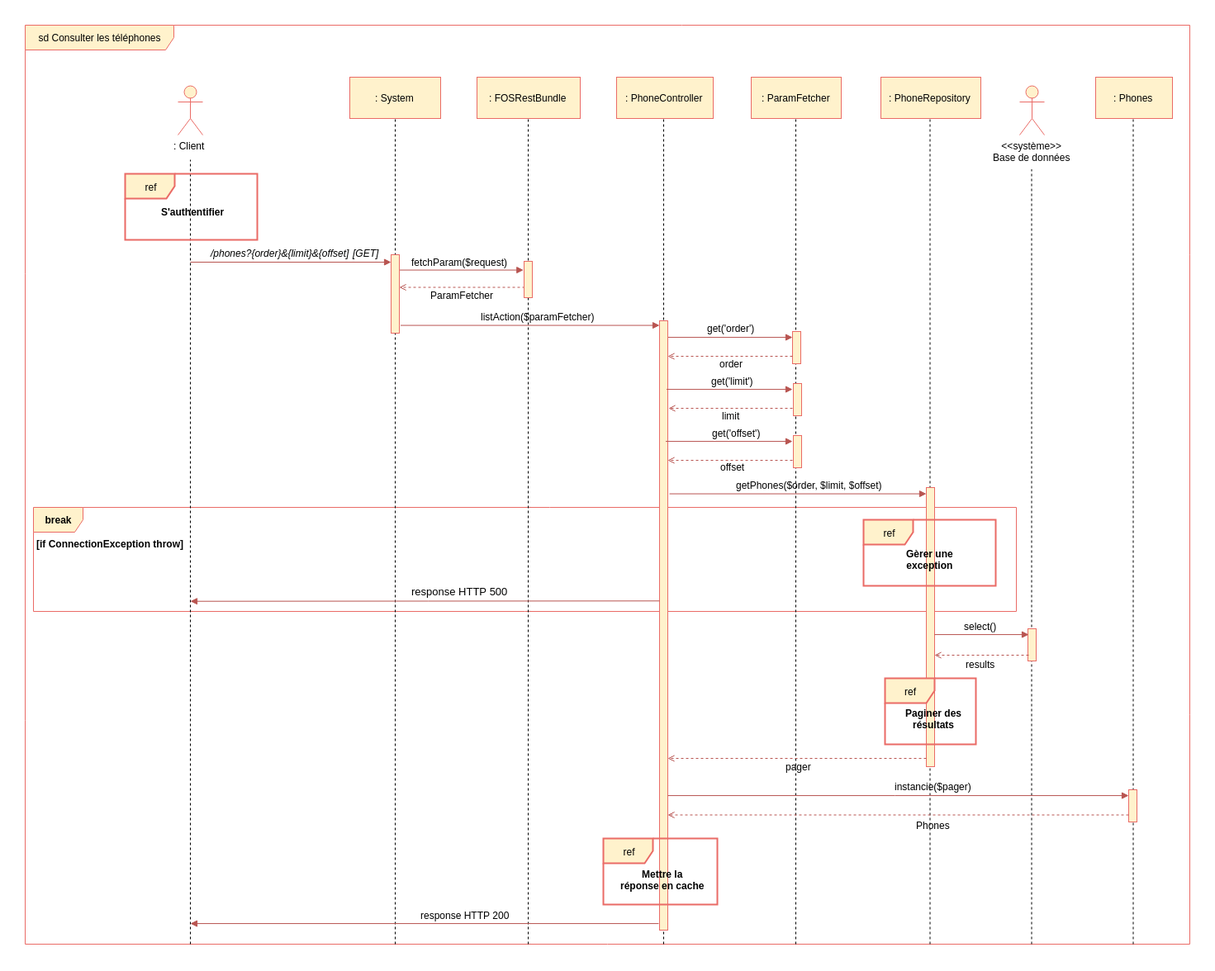
Before: Diagrammes/Consulter_telephones.png, a diagram exported from draw.io (Thibok/Bilemo). Source tidied: cells renumbered, new cells last; positions are measured from the earlier drawing's top-left corner, leaving out a move shared by most shapes.
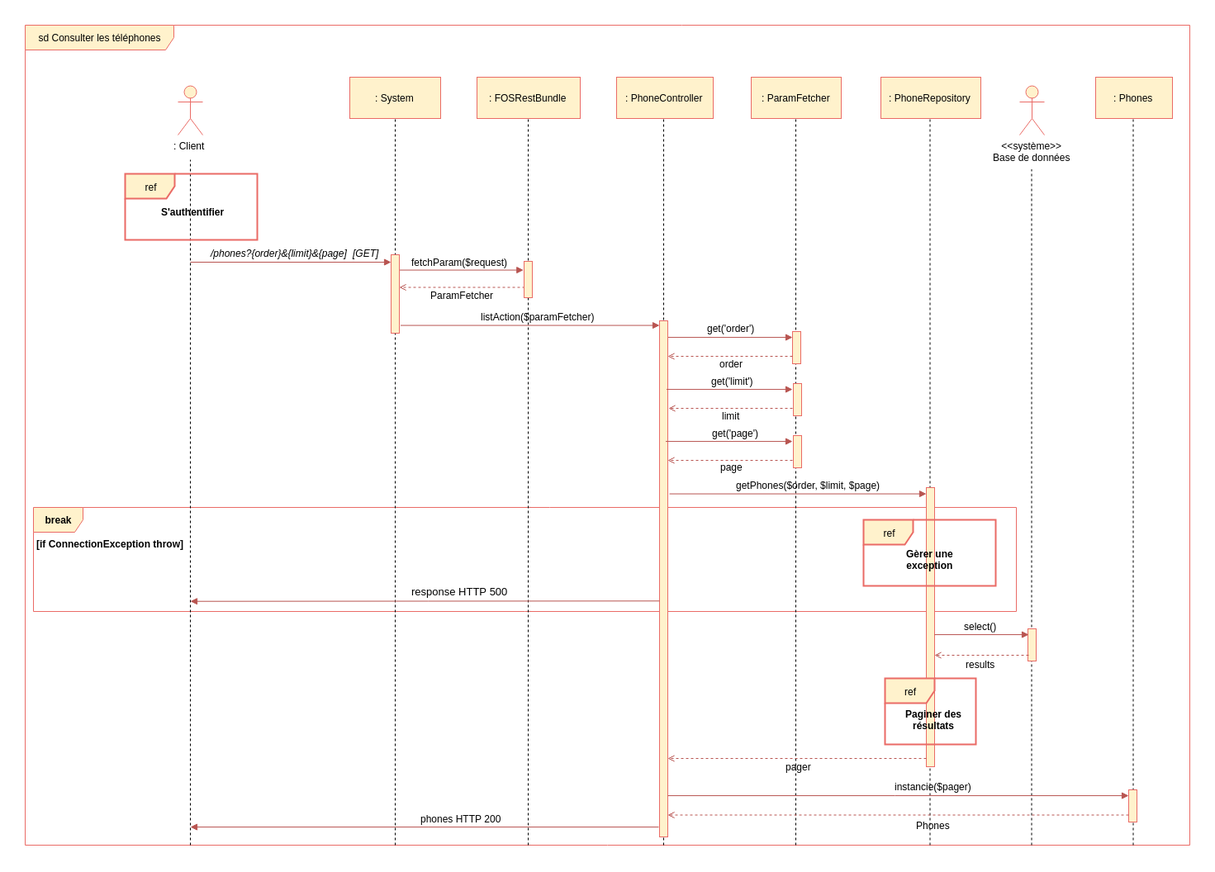
Above is the later version.

What changed in the source:
```diff
@@ -3,14 +3,14 @@
     <mxCell id="0" />
     <mxCell id="1" parent="0" />
     <mxCell id="2" value="sd Consulter les téléphones" style="shape=umlFrame;whiteSpace=wrap;html=1;width=180;height=30;fillColor=#fff2cc;strokeColor=#EA6B66;" parent="1" vertex="1">
-      <mxGeometry width="1410" height="1113" as="geometry" />
+      <mxGeometry width="1410" height="993" as="geometry" />
     </mxCell>
     <mxCell id="3" value="break" style="shape=umlFrame;whiteSpace=wrap;html=1;fontColor=#000000;fillColor=#fff2cc;strokeColor=#EA6B66;fontStyle=1;" parent="1" vertex="1">
       <mxGeometry x="10" y="584" width="1190" height="126" as="geometry" />
     </mxCell>
     <mxCell id="4" style="endArrow=none;dashed=1;html=1;entryX=0.5;entryY=1;" parent="1" edge="1">
       <mxGeometry relative="1" as="geometry">
-        <mxPoint x="1095.5" y="1113" as="sourcePoint" />
+        <mxPoint x="1095.5" y="993" as="sourcePoint" />
         <mxPoint x="1095.5" y="112.8" as="targetPoint" />
       </mxGeometry>
     </mxCell>
@@ -22,13 +22,13 @@
     </mxCell>
     <mxCell id="6" style="endArrow=none;dashed=1;html=1;entryX=0.5;entryY=1;" parent="1" edge="1">
       <mxGeometry relative="1" as="geometry">
-        <mxPoint x="933" y="1113" as="sourcePoint" />
+        <mxPoint x="933" y="993" as="sourcePoint" />
         <mxPoint x="933" y="105.8" as="targetPoint" />
       </mxGeometry>
     </mxCell>
     <mxCell id="7" style="endArrow=none;dashed=1;html=1;" parent="1" edge="1">
       <mxGeometry relative="1" as="geometry">
-        <mxPoint x="1218.5" y="1113" as="sourcePoint" />
+        <mxPoint x="1218.5" y="993" as="sourcePoint" />
         <mxPoint x="1218.5" y="174.5" as="targetPoint" />
       </mxGeometry>
     </mxCell>
@@ -40,17 +40,17 @@
     </mxCell>
     <mxCell id="10" style="endArrow=none;dashed=1;html=1;" parent="1" edge="1">
       <mxGeometry relative="1" as="geometry">
-        <mxPoint x="200" y="1113" as="sourcePoint" />
+        <mxPoint x="200" y="993" as="sourcePoint" />
         <mxPoint x="200" y="163" as="targetPoint" />
       </mxGeometry>
     </mxCell>
     <mxCell id="11" style="endArrow=none;dashed=1;html=1;entryX=0.5;entryY=1;exitX=0.183;exitY=1.001;exitPerimeter=0;" parent="1" edge="1">
       <mxGeometry relative="1" as="geometry">
-        <mxPoint x="448" y="1113" as="sourcePoint" />
+        <mxPoint x="448" y="993" as="sourcePoint" />
         <mxPoint x="448" y="105.8" as="targetPoint" />
       </mxGeometry>
     </mxCell>
-    <mxCell id="12" value="/phones?{order}&amp;amp;{limit}&amp;amp;{offset]" style="text;html=1;align=left;verticalAlign=top;spacingTop=-4;fontStyle=2;" parent="1" vertex="1">
+    <mxCell id="12" value="/phones?{order}&amp;amp;{limit}&amp;amp;{page]" style="text;html=1;align=left;verticalAlign=top;spacingTop=-4;fontStyle=2;" parent="1" vertex="1">
       <mxGeometry x="223.2" y="267" width="180" height="10" as="geometry" />
     </mxCell>
     <mxCell id="13" value="fetchParam($request)" style="text;html=1;align=left;verticalAlign=top;spacingTop=-4;" parent="1" vertex="1">
@@ -70,7 +70,7 @@
     </mxCell>
     <mxCell id="17" style="endArrow=none;dashed=1;html=1;entryX=0.5;entryY=1;" parent="1" edge="1">
       <mxGeometry relative="1" as="geometry">
-        <mxPoint x="609" y="1113" as="sourcePoint" />
+        <mxPoint x="609" y="993" as="sourcePoint" />
         <mxPoint x="609" y="111" as="targetPoint" />
       </mxGeometry>
     </mxCell>
@@ -79,7 +79,7 @@
     </mxCell>
     <mxCell id="19" style="endArrow=none;dashed=1;html=1;entryX=0.5;entryY=1;" parent="1" edge="1">
       <mxGeometry relative="1" as="geometry">
-        <mxPoint x="773" y="1113" as="sourcePoint" />
+        <mxPoint x="773" y="993" as="sourcePoint" />
         <mxPoint x="773" y="112.8" as="targetPoint" />
       </mxGeometry>
     </mxCell>
@@ -117,7 +117,7 @@
       <mxGeometry x="489" y="318" width="90" height="10" as="geometry" />
     </mxCell>
     <mxCell id="29" style="html=1;perimeter=orthogonalPerimeter;fillColor=#fff2cc;strokeColor=#EA6B66;" parent="1" vertex="1">
-      <mxGeometry x="768" y="358" width="10" height="738" as="geometry" />
+      <mxGeometry x="768" y="358" width="10" height="625" as="geometry" />
     </mxCell>
     <mxCell id="30" style="endArrow=block;html=1;endFill=1;fillColor=#f8cecc;strokeColor=#b85450;entryX=1.027;entryY=1.052;entryPerimeter=0;" parent="1" edge="1">
       <mxGeometry relative="1" as="geometry">
@@ -191,7 +191,7 @@
         <mxPoint x="929" y="504.1" as="targetPoint" />
       </mxGeometry>
     </mxCell>
-    <mxCell id="48" value="get('offset')" style="text;html=1;align=left;verticalAlign=top;spacingTop=-4;" parent="1" vertex="1">
+    <mxCell id="48" value="get('page')" style="text;html=1;align=left;verticalAlign=top;spacingTop=-4;" parent="1" vertex="1">
       <mxGeometry x="830.5" y="485" width="70" height="10" as="geometry" />
     </mxCell>
     <mxCell id="49" style="html=1;perimeter=orthogonalPerimeter;fillColor=#fff2cc;strokeColor=#EA6B66;" parent="1" vertex="1">
@@ -203,10 +203,10 @@
         <mxPoint x="778" y="527" as="targetPoint" />
       </mxGeometry>
     </mxCell>
-    <mxCell id="51" value="offset" style="text;html=1;align=left;verticalAlign=top;spacingTop=-4;" parent="1" vertex="1">
+    <mxCell id="51" value="page" style="text;html=1;align=left;verticalAlign=top;spacingTop=-4;" parent="1" vertex="1">
       <mxGeometry x="840.5" y="526" width="40" height="10" as="geometry" />
     </mxCell>
-    <mxCell id="52" value="getPhones($order, $limit, $offset)" style="text;html=1;align=left;verticalAlign=top;spacingTop=-4;" parent="1" vertex="1">
+    <mxCell id="52" value="getPhones($order, $limit, $page)" style="text;html=1;align=left;verticalAlign=top;spacingTop=-4;" parent="1" vertex="1">
       <mxGeometry x="859" y="548" width="190" height="10" as="geometry" />
     </mxCell>
     <mxCell id="53" style="endArrow=block;html=1;endFill=1;fillColor=#f8cecc;strokeColor=#b85450;entryX=1.027;entryY=1.052;entryPerimeter=0;" parent="1" edge="1">
@@ -259,7 +259,7 @@
     </mxCell>
     <mxCell id="65" style="endArrow=none;dashed=1;html=1;entryX=0.5;entryY=1;" parent="1" edge="1">
       <mxGeometry relative="1" as="geometry">
-        <mxPoint x="1341.5" y="1113" as="sourcePoint" />
+        <mxPoint x="1341.5" y="993" as="sourcePoint" />
         <mxPoint x="1341.5" y="112.8" as="targetPoint" />
       </mxGeometry>
     </mxCell>
@@ -284,20 +284,14 @@
         <mxPoint x="778" y="956.5" as="targetPoint" />
       </mxGeometry>
     </mxCell>
-    <mxCell id="71" value="response HTTP 200" style="text;html=1;align=left;verticalAlign=top;spacingTop=-4;" parent="1" vertex="1">
-      <mxGeometry x="477" y="1069" width="120" height="10" as="geometry" />
+    <mxCell id="71" value="phones HTTP 200" style="text;html=1;align=left;verticalAlign=top;spacingTop=-4;" parent="1" vertex="1">
+      <mxGeometry x="477" y="952" width="110" height="10" as="geometry" />
     </mxCell>
     <mxCell id="72" style="endArrow=block;html=1;endFill=1;fillColor=#f8cecc;strokeColor=#b85450;entryX=1.027;entryY=1.052;entryPerimeter=0;" parent="1" edge="1">
       <mxGeometry relative="1" as="geometry">
-        <mxPoint x="767" y="1088.1" as="sourcePoint" />
-        <mxPoint x="200" y="1088.1" as="targetPoint" />
+        <mxPoint x="767" y="971.1" as="sourcePoint" />
+        <mxPoint x="200" y="971.1" as="targetPoint" />
       </mxGeometry>
     </mxCell>
-    <mxCell id="73" value="ref" style="shape=umlFrame;whiteSpace=wrap;html=1;fillColor=#fff2cc;strokeColor=#EA6B66;strokeWidth=2;" parent="1" vertex="1">
-      <mxGeometry x="700" y="985" width="138" height="80" as="geometry" />
-    </mxCell>
-    <mxCell id="74" value="Mettre la&lt;br&gt;réponse en cache&lt;br&gt;" style="text;html=1;align=center;verticalAlign=top;spacingTop=-4;fontStyle=1;" parent="1" vertex="1">
-      <mxGeometry x="716.1" y="1018.5" width="110" height="30" as="geometry" />
-    </mxCell>
   </root>
 </mxGraphModel>
```
